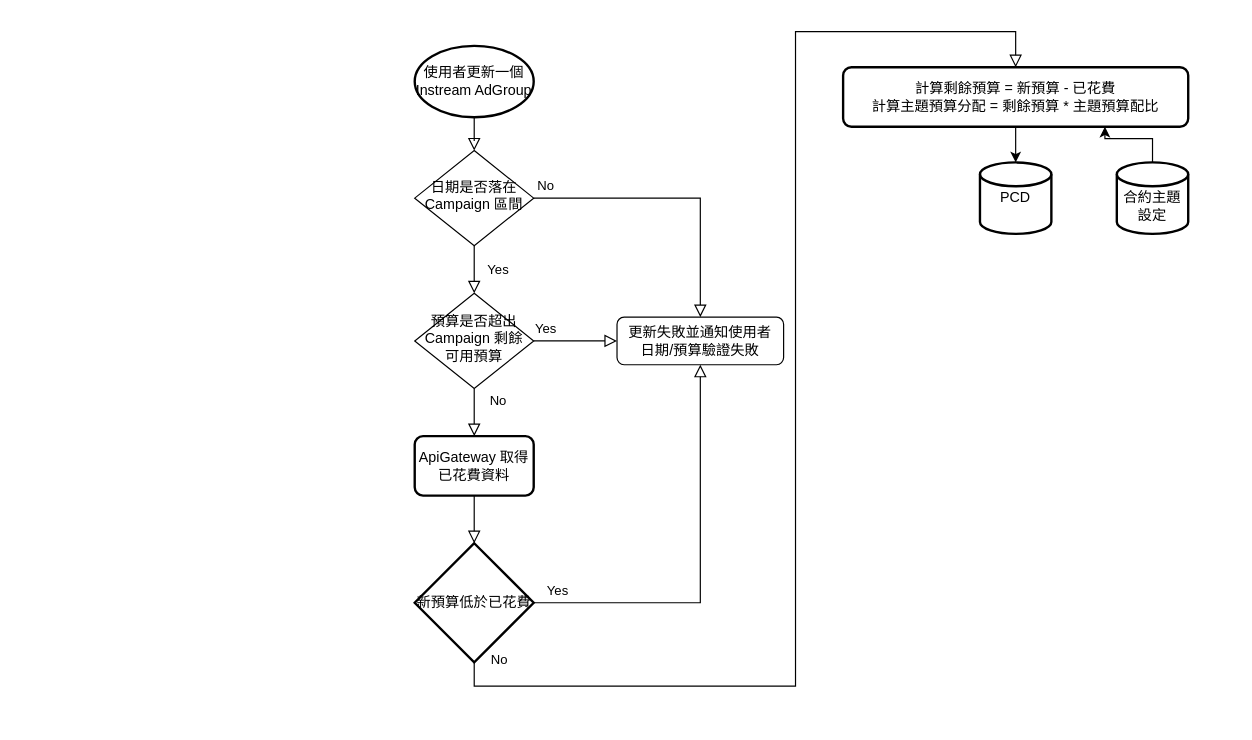
RoccoChen123/drawio keeps this draw.io diagram as instream_superdsp_adgroup.drawio. Above is the earlier version. Source tidied: cells renumbered, new cells numbered last; positions are measured from the earlier drawing's top-left corner, leaving out a move shared by most shapes. Both pictures are drawn from the tidied source at 119%, with x=0, y=0 at pixel (414, 31).
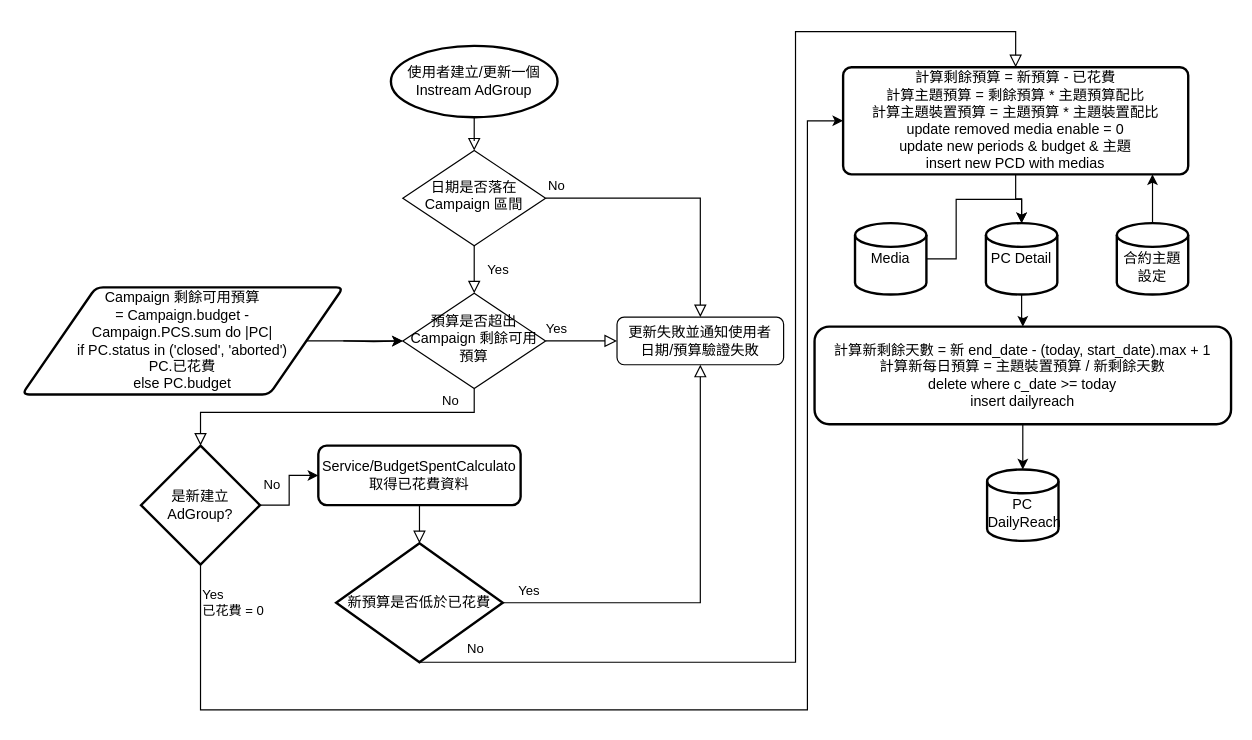
After the change.

The edit, as a diff of the source:
```diff
@@
     <mxCell id="5" value="日期是否落在 Campaign 區間" style="rhombus;whiteSpace=wrap;html=1;shadow=0;fontFamily=Helvetica;fontSize=12;align=center;strokeWidth=1;spacing=6;spacingTop=-4;" parent="1" vertex="1">
-      <mxGeometry y="100" width="100" height="80" as="geometry" />
+      <mxGeometry x="-10" y="100" width="120" height="80" as="geometry" />
     </mxCell>
@@
-    <mxCell id="7" value="No" style="rounded=0;html=1;jettySize=auto;fontSize=11;endArrow=block;endFill=0;endSize=8;strokeWidth=1;shadow=0;labelBackgroundColor=none;edgeStyle=orthogonalEdgeStyle;entryX=0.5;entryY=0;entryDx=0;entryDy=0;" parent="1" edge="1" source="9" target="12">
-      <mxGeometry x="-0.5" y="20" relative="1" as="geometry" />
+    <mxCell id="7" value="No" style="rounded=0;html=1;jettySize=auto;fontSize=11;endArrow=block;endFill=0;endSize=8;strokeWidth=1;shadow=0;labelBackgroundColor=none;edgeStyle=orthogonalEdgeStyle;entryX=0.5;entryY=0;entryDx=0;entryDy=0;entryPerimeter=0;" parent="1" edge="1" source="9" target="33">
+      <mxGeometry x="-0.71" y="-10" relative="1" as="geometry">
+        <Array as="points">
+          <mxPoint x="50" y="320" />
+          <mxPoint x="-180" y="320" />
+        </Array>
+      </mxGeometry>
     </mxCell>
@@
-    <mxCell id="9" value="預算是否超出 Campaign 剩餘可用預算" style="rhombus;whiteSpace=wrap;html=1;shadow=0;fontFamily=Helvetica;fontSize=12;align=center;strokeWidth=1;spacing=6;spacingTop=-4;" parent="1" vertex="1">
-      <mxGeometry y="220" width="100" height="80" as="geometry" />
+    <mxCell id="9" value="預算是否超出&lt;br&gt;Campaign 剩餘可用預算" style="rhombus;whiteSpace=wrap;html=1;shadow=0;fontFamily=Helvetica;fontSize=12;align=center;strokeWidth=1;spacing=6;spacingTop=-4;" parent="1" vertex="1">
+      <mxGeometry x="-10" y="220" width="120" height="80" as="geometry" />
     </mxCell>
@@
-    <mxCell id="11" value="&lt;span style=&quot;&quot;&gt;使用者更新一個 Instream AdGroup&lt;/span&gt;" style="strokeWidth=2;html=1;shape=mxgraph.flowchart.start_1;whiteSpace=wrap;" parent="1" vertex="1">
-      <mxGeometry y="12" width="100" height="60" as="geometry" />
+    <mxCell id="11" value="&lt;span style=&quot;&quot;&gt;使用者建立/更新一個 &lt;br&gt;Instream AdGroup&lt;/span&gt;" style="strokeWidth=2;html=1;shape=mxgraph.flowchart.start_1;whiteSpace=wrap;" parent="1" vertex="1">
+      <mxGeometry x="-20" y="12" width="140" height="60" as="geometry" />
     </mxCell>
-    <mxCell id="12" value="ApiGateway 取得&lt;br&gt;已花費資料" style="rounded=1;whiteSpace=wrap;html=1;absoluteArcSize=1;arcSize=14;strokeWidth=2;" parent="1" vertex="1">
-      <mxGeometry y="340" width="100" height="50" as="geometry" />
+    <mxCell id="12" value="Service/BudgetSpentCalculato&lt;br&gt;取得已花費資料" style="rounded=1;whiteSpace=wrap;html=1;absoluteArcSize=1;arcSize=14;strokeWidth=2;" parent="1" vertex="1">
+      <mxGeometry x="-81" y="348" width="170" height="50" as="geometry" />
     </mxCell>
-    <mxCell id="13" value="新預算低於已花費" style="strokeWidth=2;html=1;shape=mxgraph.flowchart.decision;whiteSpace=wrap;" parent="1" vertex="1">
-      <mxGeometry y="430" width="100" height="100" as="geometry" />
+    <mxCell id="13" value="新預算是否低於已花費" style="strokeWidth=2;html=1;shape=mxgraph.flowchart.decision;whiteSpace=wrap;" parent="1" vertex="1">
+      <mxGeometry x="-66" y="430" width="140" height="100" as="geometry" />
     </mxCell>
@@
     <mxCell id="15" style="rounded=0;html=1;jettySize=auto;fontSize=11;endArrow=block;endFill=0;endSize=8;strokeWidth=1;shadow=0;labelBackgroundColor=none;edgeStyle=orthogonalEdgeStyle;exitX=0.5;exitY=1;exitDx=0;exitDy=0;exitPerimeter=0;entryX=0.5;entryY=0;entryDx=0;entryDy=0;" parent="1" edge="1" source="13" target="18">
       <mxGeometry x="0.33" y="20" relative="1" as="geometry">
         <Array as="points">
-          <mxPoint x="50" y="550" />
-          <mxPoint x="320" y="550" />
+          <mxPoint x="320" y="530" />
           <mxPoint x="320" />
           <mxPoint x="505" />
         </Array>
       </mxGeometry>
     </mxCell>
     <mxCell id="16" value="No" style="edgeLabel;html=1;align=center;verticalAlign=middle;" parent="15" vertex="1">
       <mxGeometry x="-0.29" relative="1" as="geometry">
-        <mxPoint x="-250" y="62" as="offset" />
+        <mxPoint x="-270" y="49" as="offset" />
       </mxGeometry>
     </mxCell>
-    <mxCell id="17" style="edgeStyle=orthogonalEdgeStyle;rounded=0;jettySize=auto;html=1;entryX=0.5;entryY=0;entryDx=0;entryDy=0;entryPerimeter=0;" parent="1" edge="1" source="18" target="19">
+    <mxCell id="17" style="edgeStyle=orthogonalEdgeStyle;rounded=0;jettySize=auto;html=1;entryX=0.5;entryY=0;entryDx=0;entryDy=0;entryPerimeter=0;exitX=0.5;exitY=1;exitDx=0;exitDy=0;" parent="1" edge="1" source="18" target="19">
       <mxGeometry relative="1" as="geometry" />
     </mxCell>
-    <mxCell id="18" value="&lt;div style=&quot;&quot;&gt;計算剩餘預算 = 新預算 - 已花費&lt;/div&gt;&lt;div style=&quot;&quot;&gt;計算主題預算分配 = 剩餘預算 * 主題預算配比&lt;/div&gt;" style="rounded=1;whiteSpace=wrap;html=1;absoluteArcSize=1;arcSize=14;strokeWidth=2;align=center;" parent="1" vertex="1">
-      <mxGeometry x="360" y="30" width="290" height="50" as="geometry" />
+    <mxCell id="18" value="&lt;div style=&quot;&quot;&gt;計算剩餘預算 = 新預算 - 已花費&lt;/div&gt;&lt;div style=&quot;&quot;&gt;計算主題預算 = 剩餘預算 * 主題預算配比&lt;/div&gt;&lt;div style=&quot;&quot;&gt;計算主題裝置預算 = 主題預算 * 主題裝置配比&lt;/div&gt;&lt;div style=&quot;&quot;&gt;update removed media enable = 0&lt;/div&gt;&lt;div style=&quot;&quot;&gt;update new periods &amp;amp; budget &amp;amp; 主題&lt;/div&gt;&lt;div style=&quot;&quot;&gt;insert new PCD with medias&lt;/div&gt;" style="rounded=1;whiteSpace=wrap;html=1;absoluteArcSize=1;arcSize=14;strokeWidth=2;align=center;" parent="1" vertex="1">
+      <mxGeometry x="360" y="30" width="290" height="90" as="geometry" />
     </mxCell>
+    <mxCell id="22" style="edgeStyle=orthogonalEdgeStyle;rounded=0;jettySize=auto;html=1;exitX=0.5;exitY=1;exitDx=0;exitDy=0;exitPerimeter=0;" parent="1" edge="1" source="19" target="24">
+      <mxGeometry relative="1" as="geometry" />
+    </mxCell>
-    <mxCell id="19" value="PCD" style="strokeWidth=2;html=1;shape=mxgraph.flowchart.database;whiteSpace=wrap;" parent="1" vertex="1">
-      <mxGeometry x="475" y="110" width="60" height="60" as="geometry" />
+    <mxCell id="19" value="PC Detail" style="strokeWidth=2;html=1;shape=mxgraph.flowchart.database;whiteSpace=wrap;" parent="1" vertex="1">
+      <mxGeometry x="480" y="161" width="60" height="60" as="geometry" />
     </mxCell>
     <mxCell id="20" style="edgeStyle=orthogonalEdgeStyle;rounded=0;jettySize=auto;html=1;" parent="1" edge="1" source="21" target="18">
       <mxGeometry relative="1" as="geometry">
         <Array as="points">
-          <mxPoint x="620" y="90" />
-          <mxPoint x="580" y="90" />
+          <mxPoint x="620" y="80" />
+          <mxPoint x="620" y="80" />
         </Array>
       </mxGeometry>
     </mxCell>
     <mxCell id="21" value="&lt;br&gt;合約主題設定" style="strokeWidth=2;html=1;shape=mxgraph.flowchart.database;whiteSpace=wrap;" parent="1" vertex="1">
-      <mxGeometry x="590" y="110" width="60" height="60" as="geometry" />
+      <mxGeometry x="590" y="161" width="60" height="60" as="geometry" />
     </mxCell>
+    <mxCell id="23" style="edgeStyle=orthogonalEdgeStyle;rounded=0;jettySize=auto;html=1;" parent="1" edge="1" source="24" target="25">
+      <mxGeometry relative="1" as="geometry" />
+    </mxCell>
+    <mxCell id="24" value="計算新剩餘天數 = 新 end_date - (today, start_date).max + 1&lt;br&gt;計算新每日預算 = 主題裝置預算&amp;nbsp;/ 新剩餘天數&lt;br&gt;delete where c_date &amp;gt;= today&lt;br&gt;insert dailyreach" style="rounded=1;whiteSpace=wrap;html=1;strokeWidth=2;" parent="1" vertex="1">
+      <mxGeometry x="336" y="248" width="350" height="82" as="geometry" />
+    </mxCell>
+    <mxCell id="25" value="&lt;br&gt;PC&lt;br&gt;&amp;nbsp;DailyReach" style="strokeWidth=2;html=1;shape=mxgraph.flowchart.database;whiteSpace=wrap;" parent="1" vertex="1">
+      <mxGeometry x="481" y="368" width="60" height="60" as="geometry" />
+    </mxCell>
+    <mxCell id="26" style="edgeStyle=orthogonalEdgeStyle;rounded=0;jettySize=auto;html=1;entryX=0.5;entryY=0;entryDx=0;entryDy=0;entryPerimeter=0;" parent="1" edge="1" source="27" target="19">
+      <mxGeometry relative="1" as="geometry" />
+    </mxCell>
+    <mxCell id="27" value="Media" style="strokeWidth=2;html=1;shape=mxgraph.flowchart.database;whiteSpace=wrap;" parent="1" vertex="1">
+      <mxGeometry x="370" y="161" width="60" height="60" as="geometry" />
+    </mxCell>
+    <mxCell id="28" style="edgeStyle=orthogonalEdgeStyle;rounded=0;jettySize=auto;html=1;" parent="1" edge="1" target="9">
+      <mxGeometry relative="1" as="geometry">
+        <mxPoint x="-60" y="260" as="sourcePoint" />
+      </mxGeometry>
+    </mxCell>
+    <mxCell id="29" style="edgeStyle=orthogonalEdgeStyle;rounded=0;jettySize=auto;html=1;" parent="1" edge="1" source="30" target="9">
+      <mxGeometry relative="1" as="geometry" />
+    </mxCell>
+    <mxCell id="30" value="Campaign 剩餘可用預算&lt;br&gt;= Campaign.budget -&lt;br&gt;Campaign.PCS.sum do |PC|&lt;br&gt;if PC.status in ('closed', 'aborted')&lt;br&gt;PC.已花費&lt;br&gt;else PC.budget" style="shape=parallelogram;html=1;strokeWidth=2;perimeter=parallelogramPerimeter;whiteSpace=wrap;rounded=1;arcSize=12;size=0.23;" parent="1" vertex="1">
+      <mxGeometry x="-330" y="215" width="270" height="90" as="geometry" />
+    </mxCell>
+    <mxCell id="31" style="edgeStyle=orthogonalEdgeStyle;rounded=0;jettySize=auto;html=1;entryX=0;entryY=0.5;entryDx=0;entryDy=0;" parent="1" edge="1" source="33" target="12">
+      <mxGeometry relative="1" as="geometry" />
+    </mxCell>
+    <mxCell id="32" value="No" style="edgeLabel;html=1;align=center;verticalAlign=middle;" parent="31" vertex="1">
+      <mxGeometry x="0.22" relative="1" as="geometry">
+        <mxPoint x="-15" y="3" as="offset" />
+      </mxGeometry>
+    </mxCell>
+    <mxCell id="33" value="是新建立AdGroup?" style="strokeWidth=2;html=1;shape=mxgraph.flowchart.decision;whiteSpace=wrap;" parent="1" vertex="1">
+      <mxGeometry x="-230" y="348" width="100" height="100" as="geometry" />
+    </mxCell>
+    <mxCell id="34" style="edgeStyle=orthogonalEdgeStyle;rounded=0;jettySize=auto;html=1;exitX=0.5;exitY=1;exitDx=0;exitDy=0;exitPerimeter=0;entryX=0;entryY=0.5;entryDx=0;entryDy=0;" parent="1" edge="1" source="33" target="18">
+      <mxGeometry relative="1" as="geometry">
+        <Array as="points">
+          <mxPoint x="-180" y="570" />
+          <mxPoint x="330" y="570" />
+          <mxPoint x="330" y="75" />
+        </Array>
+      </mxGeometry>
+    </mxCell>
+    <mxCell id="35" value="Yes&lt;br&gt;&lt;div style=&quot;&quot;&gt;已花費 = 0&lt;/div&gt;" style="edgeLabel;html=1;align=left;verticalAlign=middle;" parent="34" vertex="1">
+      <mxGeometry x="0.22" relative="1" as="geometry">
+        <mxPoint x="-510" y="-17" as="offset" />
+      </mxGeometry>
+    </mxCell>
```
